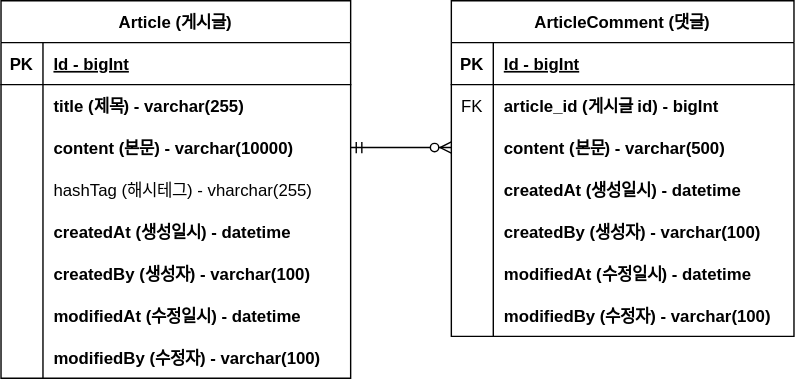
Above: document/project-board-erd.svg in jsc5023/boardProject (draw.io), before the change. Source tidied: cells renumbered, new cells last; positions are measured from the earlier drawing's top-left corner, leaving out a move shared by most shapes.
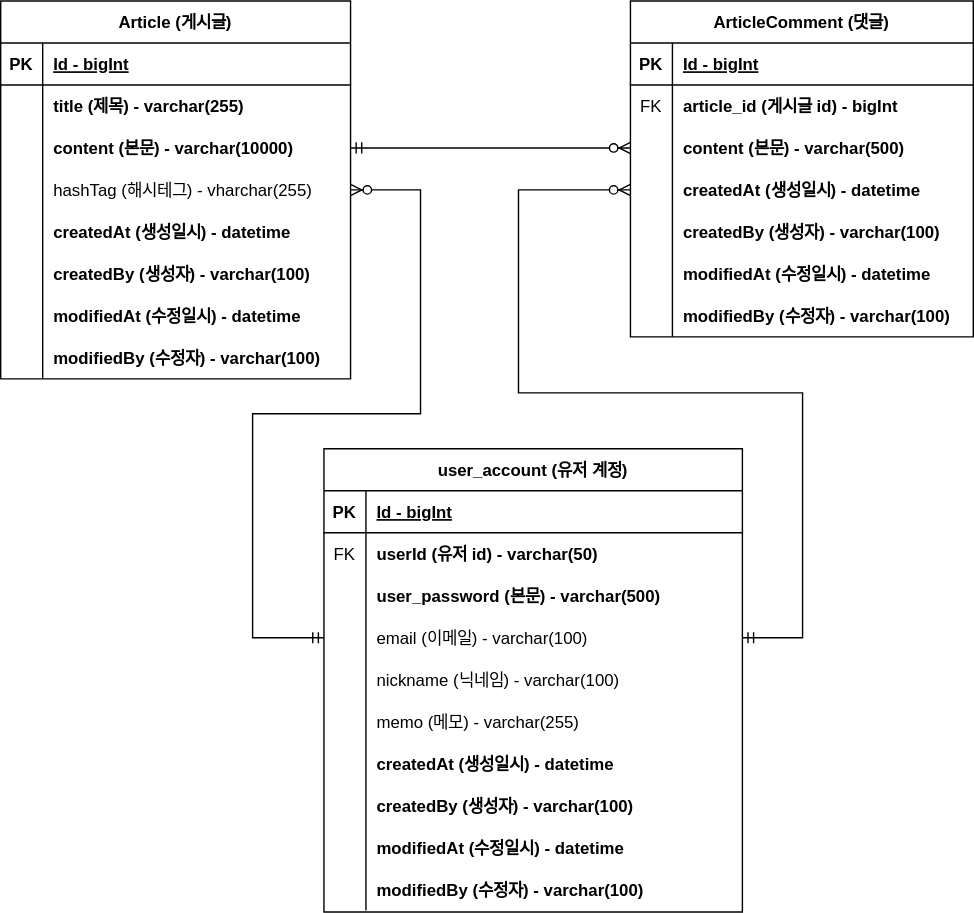
Later version of the same file.

Commit message:
#19 - 유저 계정 erd 추가(project-board-erd.svg)

Change to the diagram source:
```diff
@@ -3,7 +3,7 @@
     <mxCell id="0" />
     <mxCell id="1" parent="0" />
     <mxCell id="2" value="Article (게시글)" style="shape=table;startSize=30;rowLines=0;fontStyle=1;align=center;" parent="1" vertex="1">
-      <mxGeometry width="250" height="270" as="geometry" />
+      <mxGeometry x="-13" y="-30" width="250" height="270" as="geometry" />
     </mxCell>
     <mxCell id="3" style="shape=tableRow;horizontal=0;startSize=0;swimlaneHead=0;swimlaneBody=0;fillColor=none;top=0;left=0;right=0;bottom=1;" parent="2" vertex="1">
       <mxGeometry y="30" width="250" height="30" as="geometry" />
@@ -78,7 +78,7 @@
       <mxGeometry x="30" width="220" height="30" as="geometry" />
     </mxCell>
     <mxCell id="27" value="ArticleComment (댓글)" style="shape=table;startSize=30;rowLines=0;fontStyle=1;align=center;" parent="1" vertex="1">
-      <mxGeometry x="322" width="245" height="240" as="geometry" />
+      <mxGeometry x="437" y="-30" width="245" height="240" as="geometry" />
     </mxCell>
     <mxCell id="28" style="shape=tableRow;horizontal=0;startSize=0;swimlaneHead=0;swimlaneBody=0;fillColor=none;top=0;left=0;right=0;bottom=1;" parent="27" vertex="1">
       <mxGeometry y="30" width="245" height="30" as="geometry" />
@@ -146,5 +146,118 @@
     <mxCell id="49" style="edgeStyle=entityRelationEdgeStyle;fontSize=12;html=1;endArrow=ERzeroToMany;startArrow=ERmandOne;rounded=0;exitX=1;exitY=0.5;exitDx=0;exitDy=0;entryX=0;entryY=0.5;entryDx=0;entryDy=0;" parent="1" edge="1" source="9" target="34">
       <mxGeometry relative="1" as="geometry" />
     </mxCell>
+    <mxCell id="50" value="user_account (유저 계정)" style="shape=table;startSize=30;rowLines=0;fontStyle=1;align=center;" parent="1" vertex="1">
+      <mxGeometry x="218" y="290" width="299" height="331" as="geometry" />
+    </mxCell>
+    <mxCell id="51" style="shape=tableRow;horizontal=0;startSize=0;swimlaneHead=0;swimlaneBody=0;fillColor=none;top=0;left=0;right=0;bottom=1;" parent="50" vertex="1">
+      <mxGeometry y="30" width="299" height="30" as="geometry" />
+    </mxCell>
+    <mxCell id="52" value="PK" style="shape=partialRectangle;fillColor=none;top=0;left=0;bottom=0;right=0;fontStyle=1;overflow=hidden;" parent="51" vertex="1">
+      <mxGeometry width="30" height="30" as="geometry" />
+    </mxCell>
+    <mxCell id="53" value="Id - bigInt" style="shape=partialRectangle;fillColor=none;top=0;left=0;bottom=0;right=0;align=left;spacingLeft=6;fontStyle=5;overflow=hidden;" parent="51" vertex="1">
+      <mxGeometry x="30" width="269" height="30" as="geometry" />
+    </mxCell>
+    <mxCell id="54" style="shape=tableRow;horizontal=0;startSize=0;swimlaneHead=0;swimlaneBody=0;fillColor=none;top=0;left=0;right=0;bottom=0;" parent="50" vertex="1">
+      <mxGeometry y="60" width="299" height="30" as="geometry" />
+    </mxCell>
+    <mxCell id="55" value="FK" style="shape=partialRectangle;fillColor=none;top=0;left=0;bottom=0;right=0;overflow=hidden;" parent="54" vertex="1">
+      <mxGeometry width="30" height="30" as="geometry" />
+    </mxCell>
+    <mxCell id="56" value="userId (유저 id) - varchar(50)" style="shape=partialRectangle;fillColor=none;top=0;left=0;bottom=0;right=0;align=left;spacingLeft=6;overflow=hidden;fontStyle=1;" parent="54" vertex="1">
+      <mxGeometry x="30" width="269" height="30" as="geometry" />
+    </mxCell>
+    <mxCell id="57" style="shape=tableRow;horizontal=0;startSize=0;swimlaneHead=0;swimlaneBody=0;fillColor=none;top=0;left=0;right=0;bottom=0;" parent="50" vertex="1">
+      <mxGeometry y="90" width="299" height="30" as="geometry" />
+    </mxCell>
+    <mxCell id="58" style="shape=partialRectangle;fillColor=none;top=0;left=0;bottom=0;right=0;overflow=hidden;" parent="57" vertex="1">
+      <mxGeometry width="30" height="30" as="geometry" />
+    </mxCell>
+    <mxCell id="59" value="user_password (본문) - varchar(500)" style="shape=partialRectangle;fillColor=none;top=0;left=0;bottom=0;right=0;align=left;spacingLeft=6;overflow=hidden;fontStyle=1;" parent="57" vertex="1">
+      <mxGeometry x="30" width="269" height="30" as="geometry" />
+    </mxCell>
+    <mxCell id="60" style="shape=tableRow;horizontal=0;startSize=0;swimlaneHead=0;swimlaneBody=0;fillColor=none;points=[[0,0.5],[1,0.5]];portConstraint=eastwest;top=0;left=0;right=0;bottom=0;" parent="50" vertex="1">
+      <mxGeometry y="120" width="299" height="30" as="geometry" />
+    </mxCell>
+    <mxCell id="61" style="shape=partialRectangle;fillColor=none;top=0;left=0;bottom=0;right=0;overflow=hidden;" parent="60" vertex="1">
+      <mxGeometry width="30" height="30" as="geometry" />
+    </mxCell>
+    <mxCell id="62" value="email (이메일) - varchar(100)" style="shape=partialRectangle;fillColor=none;top=0;left=0;bottom=0;right=0;align=left;spacingLeft=6;overflow=hidden;fontStyle=0;" parent="60" vertex="1">
+      <mxGeometry x="30" width="269" height="30" as="geometry" />
+    </mxCell>
+    <mxCell id="63" style="shape=tableRow;horizontal=0;startSize=0;swimlaneHead=0;swimlaneBody=0;fillColor=none;top=0;left=0;right=0;bottom=0;" parent="50" vertex="1">
+      <mxGeometry y="150" width="299" height="30" as="geometry" />
+    </mxCell>
+    <mxCell id="64" style="shape=partialRectangle;fillColor=none;top=0;left=0;bottom=0;right=0;overflow=hidden;" parent="63" vertex="1">
+      <mxGeometry width="30" height="30" as="geometry" />
+    </mxCell>
+    <mxCell id="65" value="nickname (닉네임) - varchar(100)" style="shape=partialRectangle;fillColor=none;top=0;left=0;bottom=0;right=0;align=left;spacingLeft=6;overflow=hidden;fontStyle=0;" parent="63" vertex="1">
+      <mxGeometry x="30" width="269" height="30" as="geometry" />
+    </mxCell>
+    <mxCell id="66" style="shape=tableRow;horizontal=0;startSize=0;swimlaneHead=0;swimlaneBody=0;fillColor=none;top=0;left=0;right=0;bottom=0;" parent="50" vertex="1">
+      <mxGeometry y="180" width="299" height="30" as="geometry" />
+    </mxCell>
+    <mxCell id="67" style="shape=partialRectangle;fillColor=none;top=0;left=0;bottom=0;right=0;overflow=hidden;" parent="66" vertex="1">
+      <mxGeometry width="30" height="30" as="geometry" />
+    </mxCell>
+    <mxCell id="68" value="memo (메모) - varchar(255)" style="shape=partialRectangle;fillColor=none;top=0;left=0;bottom=0;right=0;align=left;spacingLeft=6;overflow=hidden;fontStyle=0;" parent="66" vertex="1">
+      <mxGeometry x="30" width="269" height="30" as="geometry" />
+    </mxCell>
+    <mxCell id="69" style="shape=tableRow;horizontal=0;startSize=0;swimlaneHead=0;swimlaneBody=0;fillColor=none;top=0;left=0;right=0;bottom=0;" parent="50" vertex="1">
+      <mxGeometry y="210" width="299" height="30" as="geometry" />
+    </mxCell>
+    <mxCell id="70" style="shape=partialRectangle;fillColor=none;top=0;left=0;bottom=0;right=0;overflow=hidden;" parent="69" vertex="1">
+      <mxGeometry width="30" height="30" as="geometry" />
+    </mxCell>
+    <mxCell id="71" value="createdAt (생성일시) - datetime" style="shape=partialRectangle;fillColor=none;top=0;left=0;bottom=0;right=0;align=left;spacingLeft=6;overflow=hidden;fontStyle=1;" parent="69" vertex="1">
+      <mxGeometry x="30" width="269" height="30" as="geometry" />
+    </mxCell>
+    <mxCell id="72" style="shape=tableRow;horizontal=0;startSize=0;swimlaneHead=0;swimlaneBody=0;fillColor=none;top=0;left=0;right=0;bottom=0;" parent="50" vertex="1">
+      <mxGeometry y="240" width="299" height="30" as="geometry" />
+    </mxCell>
+    <mxCell id="73" style="shape=partialRectangle;fillColor=none;top=0;left=0;bottom=0;right=0;overflow=hidden;" parent="72" vertex="1">
+      <mxGeometry width="30" height="30" as="geometry" />
+    </mxCell>
+    <mxCell id="74" value="createdBy (생성자) - varchar(100)" style="shape=partialRectangle;fillColor=none;top=0;left=0;bottom=0;right=0;align=left;spacingLeft=6;overflow=hidden;fontStyle=1;" parent="72" vertex="1">
+      <mxGeometry x="30" width="269" height="30" as="geometry" />
+    </mxCell>
+    <mxCell id="75" style="shape=tableRow;horizontal=0;startSize=0;swimlaneHead=0;swimlaneBody=0;fillColor=none;top=0;left=0;right=0;bottom=0;" parent="50" vertex="1">
+      <mxGeometry y="270" width="299" height="30" as="geometry" />
+    </mxCell>
+    <mxCell id="76" style="shape=partialRectangle;fillColor=none;top=0;left=0;bottom=0;right=0;overflow=hidden;" parent="75" vertex="1">
+      <mxGeometry width="30" height="30" as="geometry" />
+    </mxCell>
+    <mxCell id="77" value="modifiedAt (수정일시) - datetime" style="shape=partialRectangle;fillColor=none;top=0;left=0;bottom=0;right=0;align=left;spacingLeft=6;overflow=hidden;fontStyle=1;" parent="75" vertex="1">
+      <mxGeometry x="30" width="269" height="30" as="geometry" />
+    </mxCell>
+    <mxCell id="78" style="shape=tableRow;horizontal=0;startSize=0;swimlaneHead=0;swimlaneBody=0;fillColor=none;top=0;left=0;right=0;bottom=0;" parent="50" vertex="1">
+      <mxGeometry y="300" width="299" height="30" as="geometry" />
+    </mxCell>
+    <mxCell id="79" style="shape=partialRectangle;fillColor=none;top=0;left=0;bottom=0;right=0;overflow=hidden;" parent="78" vertex="1">
+      <mxGeometry width="30" height="30" as="geometry" />
+    </mxCell>
+    <mxCell id="80" value="modifiedBy (수정자) - varchar(100)" style="shape=partialRectangle;fillColor=none;top=0;left=0;bottom=0;right=0;align=left;spacingLeft=6;overflow=hidden;fontStyle=1;" parent="78" vertex="1">
+      <mxGeometry x="30" width="269" height="30" as="geometry" />
+    </mxCell>
+    <mxCell id="81" style="fontSize=12;html=1;endArrow=ERzeroToMany;startArrow=ERmandOne;rounded=0;fontColor=none;entryX=1;entryY=0.5;entryDx=0;entryDy=0;exitX=0;exitY=0.5;exitDx=0;exitDy=0;edgeStyle=orthogonalEdgeStyle;elbow=vertical;" parent="1" edge="1" source="60" target="12">
+      <mxGeometry relative="1" as="geometry">
+        <Array as="points">
+          <mxPoint x="167" y="425" />
+          <mxPoint x="167" y="265" />
+          <mxPoint x="287" y="265" />
+          <mxPoint x="287" y="105" />
+        </Array>
+      </mxGeometry>
+    </mxCell>
+    <mxCell id="82" style="fontSize=12;html=1;endArrow=ERzeroToMany;startArrow=ERmandOne;rounded=0;fontColor=none;entryX=0;entryY=0.5;entryDx=0;entryDy=0;exitX=1;exitY=0.5;exitDx=0;exitDy=0;edgeStyle=orthogonalEdgeStyle;elbow=vertical;" parent="1" edge="1" source="60" target="37">
+      <mxGeometry relative="1" as="geometry">
+        <Array as="points">
+          <mxPoint x="560" y="425" />
+          <mxPoint x="560" y="250" />
+          <mxPoint x="357" y="250" />
+          <mxPoint x="357" y="105" />
+        </Array>
+      </mxGeometry>
+    </mxCell>
   </root>
 </mxGraphModel>
```
